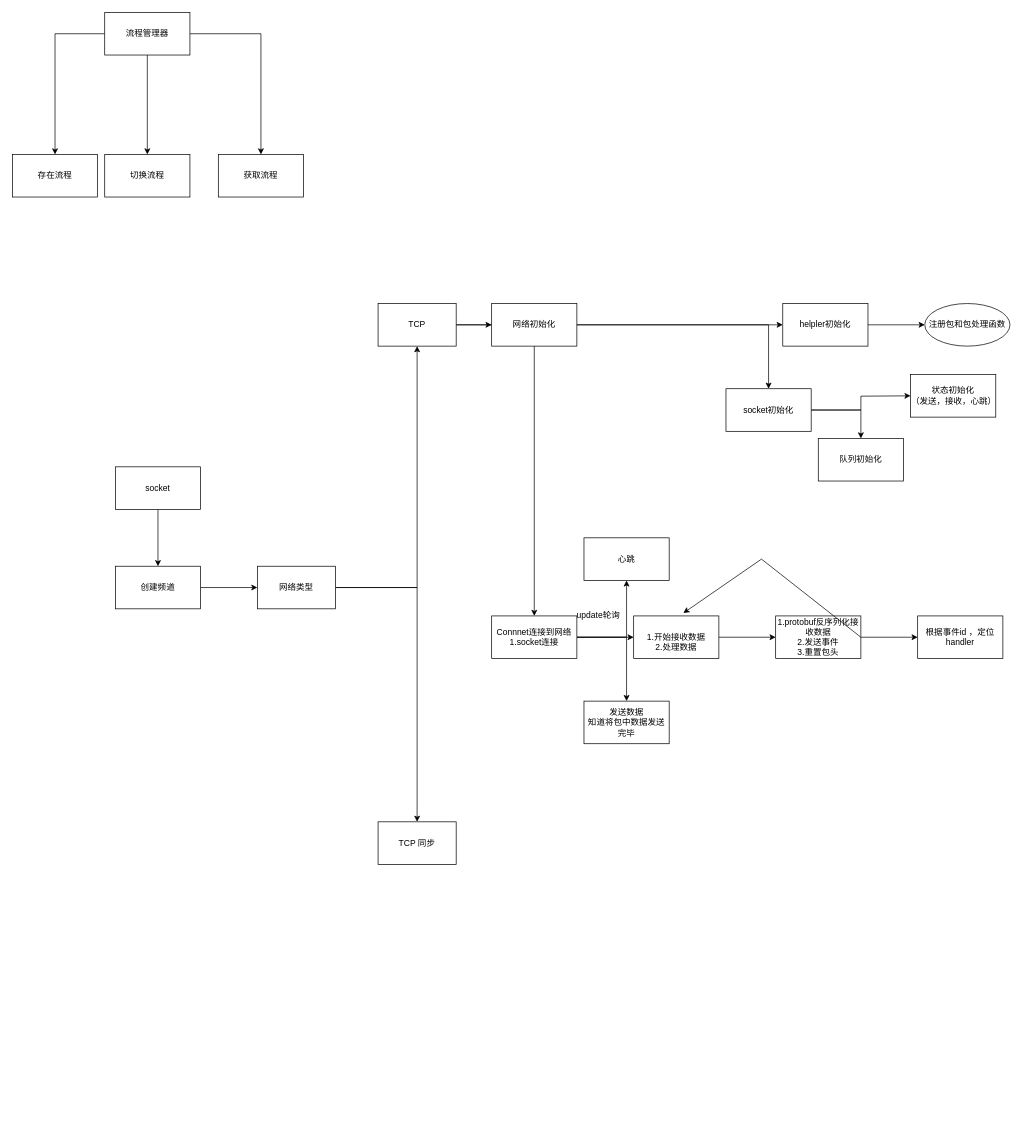
Before: GameFramework/网络.drawio in xzp3094997376/DrawIO, a draw.io diagram. Source tidied: cells renumbered, new cells numbered last; positions are measured from the earlier drawing's top-left corner, leaving out a move shared by most shapes. Both pictures are drawn from the tidied source at 71%, with x=0, y=0 at pixel (12, 12).
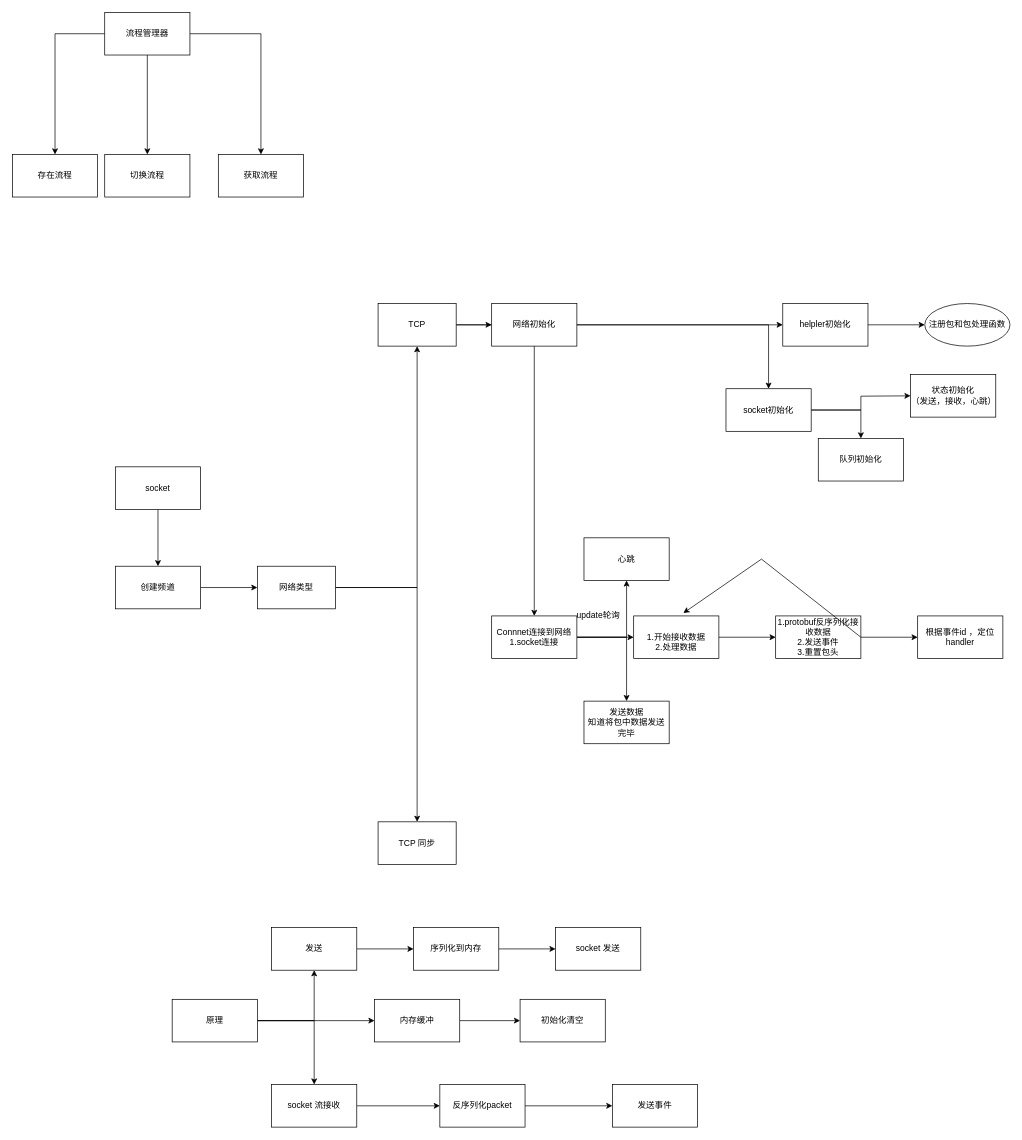
After the change.

Diff of the diagram source:
```diff
@@
+    <mxCell id="44" style="edgeStyle=orthogonalEdgeStyle;rounded=0;jettySize=auto;html=1;" parent="1" edge="1" source="47" target="49">
+      <mxGeometry relative="1" as="geometry" />
+    </mxCell>
+    <mxCell id="45" style="edgeStyle=orthogonalEdgeStyle;rounded=0;jettySize=auto;html=1;" parent="1" edge="1" source="47" target="51">
+      <mxGeometry relative="1" as="geometry" />
+    </mxCell>
+    <mxCell id="46" style="edgeStyle=orthogonalEdgeStyle;rounded=0;jettySize=auto;html=1;" parent="1" edge="1" source="47" target="57">
+      <mxGeometry relative="1" as="geometry" />
+    </mxCell>
+    <mxCell id="47" value="原理&lt;br&gt;" style="whiteSpace=wrap;html=1;" parent="1" vertex="1">
+      <mxGeometry x="225" y="1390" width="120" height="60" as="geometry" />
+    </mxCell>
+    <mxCell id="48" style="edgeStyle=orthogonalEdgeStyle;rounded=0;jettySize=auto;html=1;" parent="1" edge="1" source="49" target="52">
+      <mxGeometry relative="1" as="geometry" />
+    </mxCell>
+    <mxCell id="49" value="内存缓冲" style="whiteSpace=wrap;html=1;" parent="1" vertex="1">
+      <mxGeometry x="510" y="1390" width="120" height="60" as="geometry" />
+    </mxCell>
+    <mxCell id="50" style="edgeStyle=orthogonalEdgeStyle;rounded=0;jettySize=auto;html=1;" parent="1" edge="1" source="51" target="54">
+      <mxGeometry relative="1" as="geometry" />
+    </mxCell>
+    <mxCell id="51" value="socket 流接收" style="whiteSpace=wrap;html=1;" parent="1" vertex="1">
+      <mxGeometry x="365" y="1510" width="120" height="60" as="geometry" />
+    </mxCell>
+    <mxCell id="52" value="初始化清空" style="whiteSpace=wrap;html=1;" parent="1" vertex="1">
+      <mxGeometry x="715" y="1390" width="120" height="60" as="geometry" />
+    </mxCell>
+    <mxCell id="53" style="edgeStyle=orthogonalEdgeStyle;rounded=0;jettySize=auto;html=1;" parent="1" edge="1" source="54" target="55">
+      <mxGeometry relative="1" as="geometry" />
+    </mxCell>
+    <mxCell id="54" value="反序列化packet" style="whiteSpace=wrap;html=1;" parent="1" vertex="1">
+      <mxGeometry x="602" y="1510" width="120" height="60" as="geometry" />
+    </mxCell>
+    <mxCell id="55" value="发送事件" style="whiteSpace=wrap;html=1;" parent="1" vertex="1">
+      <mxGeometry x="845" y="1510" width="120" height="60" as="geometry" />
+    </mxCell>
+    <mxCell id="56" style="edgeStyle=orthogonalEdgeStyle;rounded=0;jettySize=auto;html=1;" parent="1" edge="1" source="57" target="59">
+      <mxGeometry relative="1" as="geometry" />
+    </mxCell>
+    <mxCell id="57" value="发送" style="whiteSpace=wrap;html=1;" parent="1" vertex="1">
+      <mxGeometry x="365" y="1289" width="120" height="60" as="geometry" />
+    </mxCell>
+    <mxCell id="58" style="edgeStyle=orthogonalEdgeStyle;rounded=0;jettySize=auto;html=1;" parent="1" edge="1" source="59" target="60">
+      <mxGeometry relative="1" as="geometry" />
+    </mxCell>
+    <mxCell id="59" value="序列化到内存&lt;br&gt;" style="whiteSpace=wrap;html=1;" parent="1" vertex="1">
+      <mxGeometry x="565" y="1289" width="120" height="60" as="geometry" />
+    </mxCell>
+    <mxCell id="60" value="socket 发送" style="whiteSpace=wrap;html=1;" parent="1" vertex="1">
+      <mxGeometry x="765" y="1289" width="120" height="60" as="geometry" />
+    </mxCell>
```
